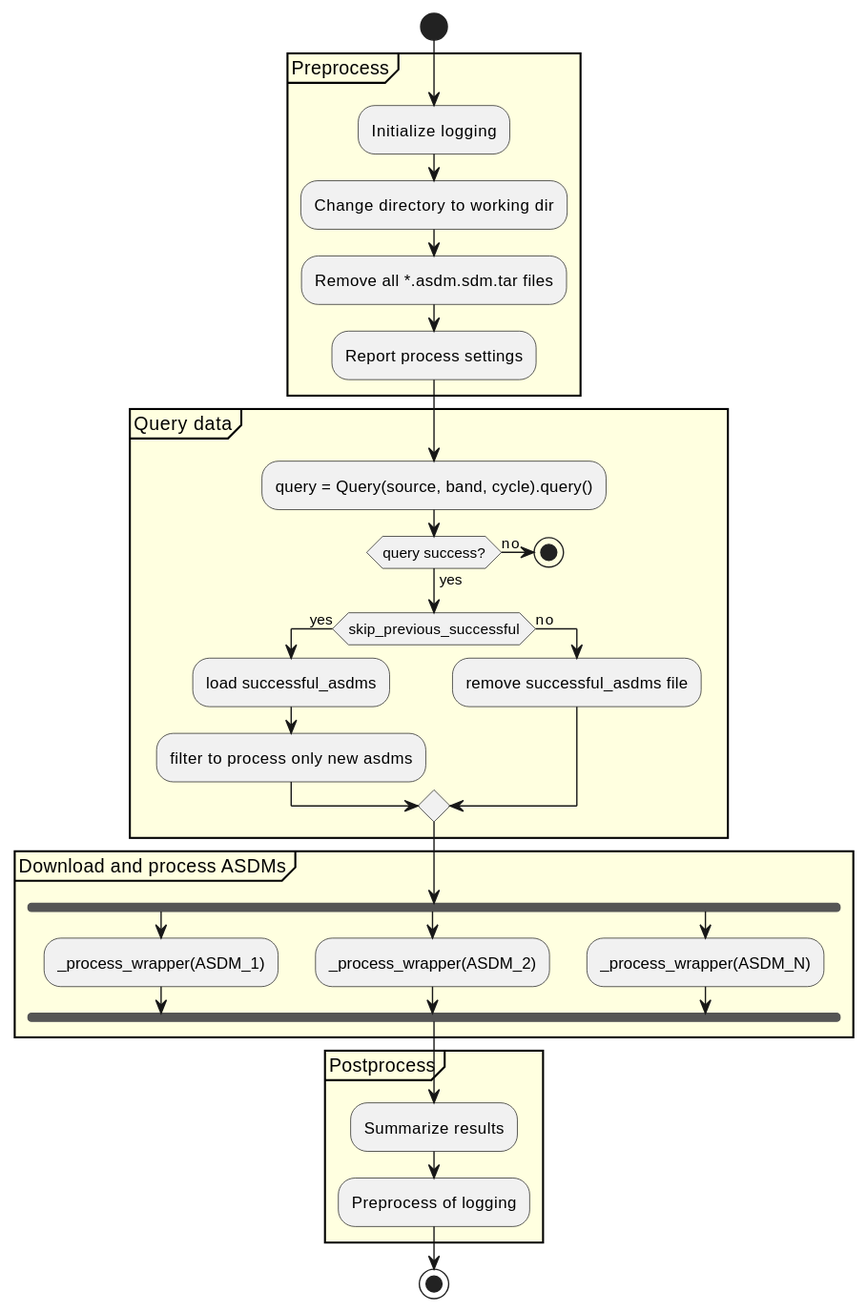
akimasanishida/almaqso keeps this PlantUML diagram as docs/diagrams/L4-almaqso.Almaqso.process-activity.svg. Above is the earlier version.
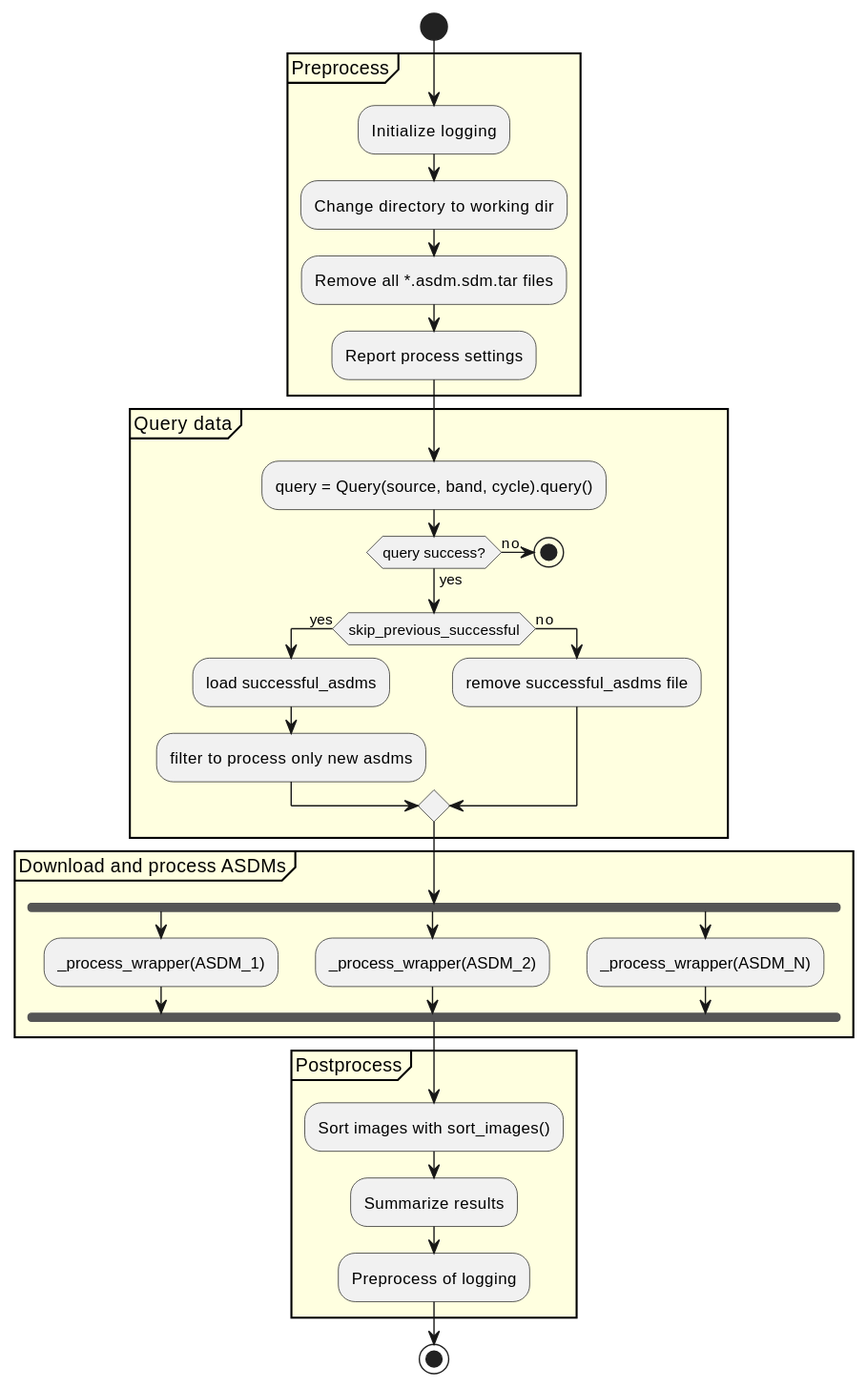
Above is the later version.

What changed in the source:
```diff
@@ -31,6 +31,7 @@
     end fork
 }
 partition "Postprocess" #LightYellow {
+    :Sort images with sort_images();
     :Summarize results;
     :Preprocess of logging;
 }
```
